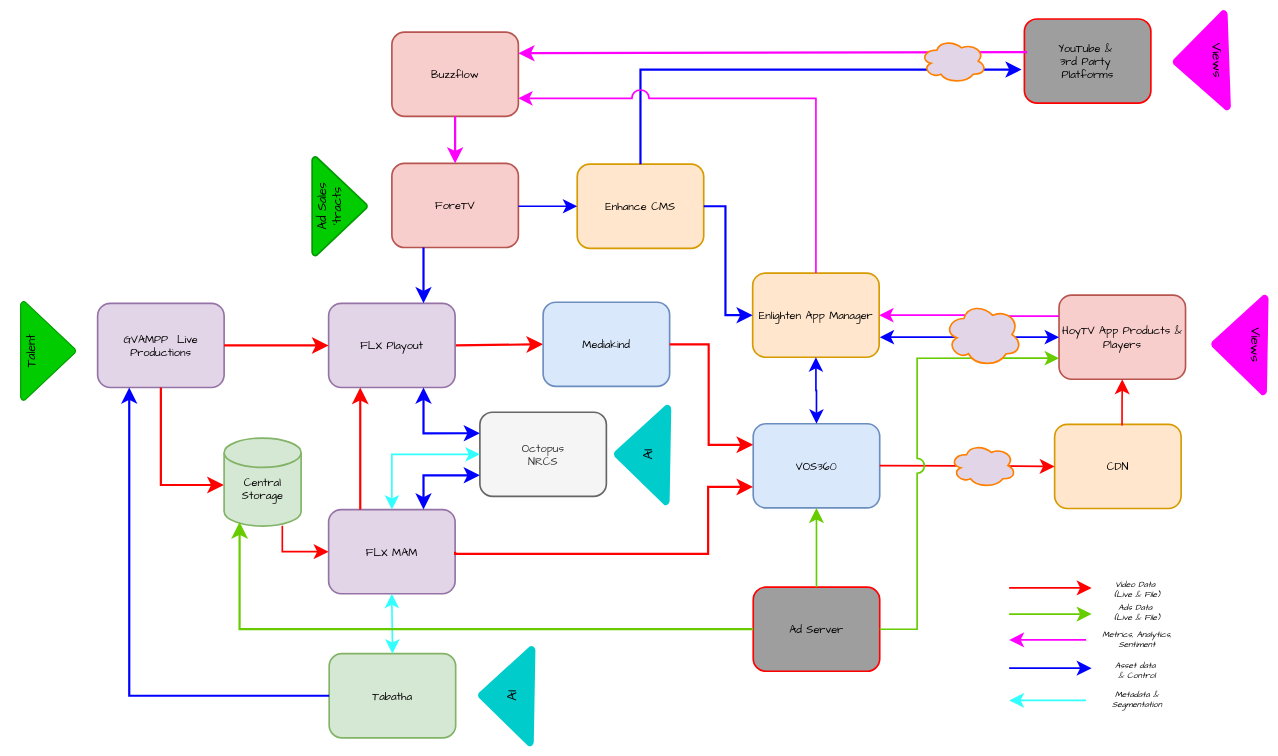
Above: imw135 - HoyTV Data Flow.drawio in zarniewoop/drawings (draw.io), before the change. Source tidied: cells renumbered, new cells numbered last; positions are measured from the earlier drawing's top-left corner, leaving out a move shared by most shapes. Both pictures are drawn from the tidied source at 55%, with x=0, y=0 at pixel (-2, 19).
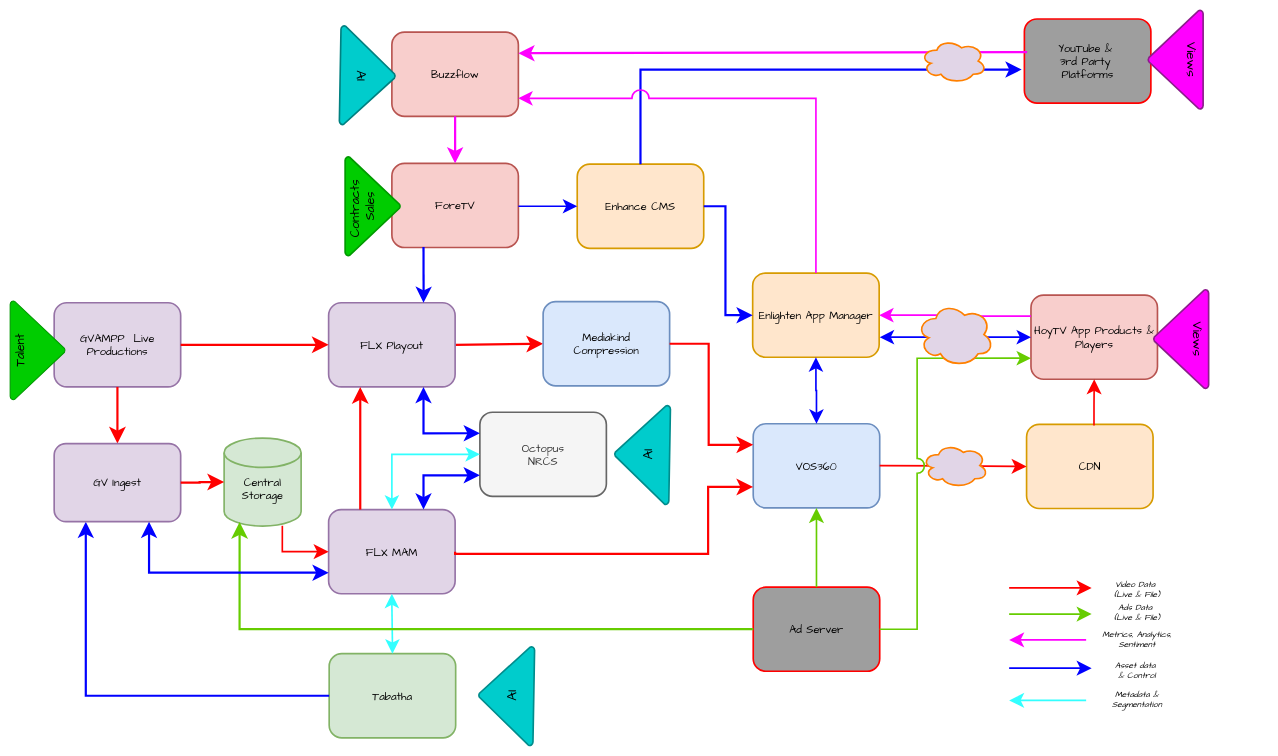
The same page after the edit.

Unchanged cells that the change refers to:
```xml
<mxCell id="2" value="ForeTV" style="rounded=1;whiteSpace=wrap;html=1;fontSize=20;fillColor=#f8cecc;strokeColor=#b85450;strokeWidth=3;fontFamily=Comic Sans MS;" parent="1" vertex="1">
  <mxGeometry x="715" y="262.5" width="230" height="153" as="geometry" />
</mxCell>
<mxCell id="8" value="FLX MAM" style="rounded=1;whiteSpace=wrap;html=1;fontSize=20;fillColor=#e1d5e7;strokeColor=#9673a6;strokeWidth=3;fontFamily=Comic Sans MS;" parent="1" vertex="1">
  <mxGeometry x="600" y="892" width="230" height="153" as="geometry" />
</mxCell>
<mxCell id="20" value="&lt;div&gt;&lt;br&gt;&lt;/div&gt;Central Storage" style="strokeWidth=3;html=1;shape=mxgraph.flowchart.database;whiteSpace=wrap;strokeColor=#82b366;fillColor=#d5e8d4;fontSize=20;fontFamily=Comic Sans MS;" parent="1" vertex="1">
  <mxGeometry x="410" y="762" width="140" height="160" as="geometry" />
</mxCell>
<mxCell id="22" value="Tabatha" style="rounded=1;whiteSpace=wrap;html=1;fontSize=20;fillColor=#d5e8d4;strokeColor=#82b366;strokeWidth=3;fontFamily=Comic Sans MS;" parent="1" vertex="1">
  <mxGeometry x="601" y="1154" width="230" height="153" as="geometry" />
</mxCell>
<mxCell id="36" style="group;strokeWidth=3;" parent="1" vertex="1">
  <mxGeometry x="833" y="1180.5" width="180" height="100" as="geometry" />
</mxCell>
<mxCell id="71" style="group;strokeWidth=3;" parent="1" vertex="1">
  <mxGeometry x="1080" y="742" width="180" height="100" as="geometry" />
</mxCell>
```

Change to the diagram source:
```diff
@@
     <mxCell id="5" value="HoyTV App Products &amp;amp; Players" style="rounded=1;whiteSpace=wrap;html=1;fontSize=20;fillColor=#f8cecc;strokeColor=#b85450;strokeWidth=3;fontFamily=Comic Sans MS;" parent="1" vertex="1">
-      <mxGeometry x="1928" y="502" width="230" height="153" as="geometry" />
+      <mxGeometry x="1877" y="502" width="230" height="153" as="geometry" />
     </mxCell>
@@
-    <mxCell id="7" style="edgeStyle=orthogonalEdgeStyle;rounded=0;jettySize=auto;html=1;entryX=0;entryY=0.5;entryDx=0;entryDy=0;exitX=1;exitY=0.5;exitDx=0;exitDy=0;startArrow=classic;startFill=1;startSize=17;endSize=17;fillColor=light-dark(#0000CC,#0000CC);strokeColor=light-dark(#0000FF,#0000FF);fontSize=20;flowAnimation=0;strokeWidth=3;" parent="1" edge="1" target="5">
+    <mxCell id="7" style="rounded=0;jettySize=auto;html=1;exitX=1;exitY=0.5;exitDx=0;exitDy=0;startArrow=classic;startFill=1;startSize=17;endSize=17;fillColor=light-dark(#0000CC,#0000CC);strokeColor=light-dark(#0000FF,#0000FF);fontSize=20;flowAnimation=0;strokeWidth=3;entryX=0;entryY=0.5;entryDx=0;entryDy=0;" parent="1" edge="1" target="5">
       <mxGeometry relative="1" as="geometry">
         <mxPoint x="1602" y="578.5" as="sourcePoint" />
-        <Array as="points">
-          <mxPoint x="1929" y="578.5" />
-        </Array>
       </mxGeometry>
     </mxCell>
@@
     <mxCell id="10" value="FLX Playout" style="rounded=1;whiteSpace=wrap;html=1;fontSize=20;fillColor=#e1d5e7;strokeColor=#9673a6;strokeWidth=3;fontFamily=Comic Sans MS;" parent="1" vertex="1">
-      <mxGeometry x="600" y="517" width="230" height="153" as="geometry" />
+      <mxGeometry x="600" y="516" width="230" height="153" as="geometry" />
     </mxCell>
@@
     <mxCell id="14" value="CDN" style="rounded=1;whiteSpace=wrap;html=1;fontSize=20;fillColor=#ffe6cc;strokeColor=#d79b00;strokeWidth=3;fontFamily=Comic Sans MS;" parent="1" vertex="1">
-      <mxGeometry x="1920" y="737" width="230" height="153" as="geometry" />
+      <mxGeometry x="1869" y="737" width="230" height="153" as="geometry" />
     </mxCell>
@@
-    <mxCell id="19" style="edgeStyle=orthogonalEdgeStyle;rounded=0;jettySize=auto;html=1;fontFamily=Comic Sans MS;fillColor=light-dark(#0000CC,#0000CC);strokeColor=light-dark(#0000FF,#0000FF);endSize=17;exitX=0.25;exitY=1;exitDx=0;exitDy=0;fontSize=20;jumpStyle=sharp;jumpSize=9;flowAnimation=0;strokeWidth=4;entryX=0.75;entryY=0;entryDx=0;entryDy=0;" parent="1" edge="1" source="2" target="10">
-      <mxGeometry relative="1" as="geometry" />
+    <mxCell id="19" style="edgeStyle=orthogonalEdgeStyle;rounded=0;jettySize=auto;html=1;fontFamily=Comic Sans MS;fillColor=light-dark(#0000CC,#0000CC);strokeColor=light-dark(#0000FF,#0000FF);endSize=17;exitX=0.25;exitY=1;exitDx=0;exitDy=0;fontSize=20;jumpStyle=sharp;jumpSize=9;flowAnimation=0;strokeWidth=4;entryX=0.75;entryY=0;entryDx=0;entryDy=0;" parent="1" edge="1" target="10">
+      <mxGeometry relative="1" as="geometry">
+        <mxPoint x="772.5" y="414.5" as="sourcePoint" />
+      </mxGeometry>
     </mxCell>
@@
-    <mxCell id="25" value="Ad Sales&lt;div&gt;'tracts&lt;/div&gt;" style="strokeWidth=3;html=1;shape=mxgraph.flowchart.merge_or_storage;whiteSpace=wrap;fillColor=light-dark(#00CC00,#00CC00);strokeColor=#009900;fontSize=22;fontFamily=Comic Sans MS;verticalAlign=top;rotation=-90;" parent="1" vertex="1">
-      <mxGeometry x="530" y="290.5" width="180" height="100" as="geometry" />
+    <mxCell id="25" value="Contracts&amp;nbsp;&lt;div&gt;Sales&lt;/div&gt;" style="strokeWidth=3;html=1;shape=mxgraph.flowchart.merge_or_storage;whiteSpace=wrap;fillColor=light-dark(#00CC00,#00CC00);strokeColor=#009900;fontSize=22;fontFamily=Comic Sans MS;verticalAlign=top;rotation=-90;" parent="1" vertex="1">
+      <mxGeometry x="590" y="290.5" width="180" height="100" as="geometry" />
     </mxCell>
     <mxCell id="26" value="GVAMPP &amp;nbsp;Live&lt;div&gt;Productions&lt;/div&gt;" style="rounded=1;whiteSpace=wrap;html=1;fontSize=20;fillColor=#e1d5e7;strokeColor=#9673a6;strokeWidth=3;fontFamily=Comic Sans MS;" parent="1" vertex="1">
-      <mxGeometry x="180" y="517" width="230" height="153" as="geometry" />
+      <mxGeometry x="101" y="516" width="230" height="153" as="geometry" />
     </mxCell>
@@
-    <mxCell id="28" style="edgeStyle=orthogonalEdgeStyle;rounded=0;jettySize=auto;html=1;fontFamily=Comic Sans MS;fillColor=light-dark(#0000CC,#0000CC);strokeColor=light-dark(#0000FF,#0000FF);endSize=17;exitX=0;exitY=0.5;exitDx=0;exitDy=0;fontSize=20;entryX=0.25;entryY=1;entryDx=0;entryDy=0;flowAnimation=0;strokeWidth=4;" parent="1" edge="1" source="22" target="26">
+    <mxCell id="28" style="edgeStyle=orthogonalEdgeStyle;rounded=0;jettySize=auto;html=1;fontFamily=Comic Sans MS;fillColor=light-dark(#0000CC,#0000CC);strokeColor=light-dark(#0000FF,#0000FF);endSize=17;exitX=0;exitY=0.5;exitDx=0;exitDy=0;fontSize=20;entryX=0.25;entryY=1;entryDx=0;entryDy=0;flowAnimation=0;strokeWidth=4;" parent="1" edge="1" source="22" target="75">
       <mxGeometry relative="1" as="geometry" />
     </mxCell>
     <mxCell id="29" value="Talent" style="strokeWidth=2;html=1;shape=mxgraph.flowchart.merge_or_storage;whiteSpace=wrap;fillColor=light-dark(#00CC00,#00CC00);strokeColor=#009900;fontSize=22;fontFamily=Comic Sans MS;verticalAlign=top;rotation=-90;" parent="1" vertex="1">
-      <mxGeometry y="553.5" width="180" height="100" as="geometry" />
+      <mxGeometry x="-19" y="552.5" width="180" height="100" as="geometry" />
     </mxCell>
@@
-    <mxCell id="31" value="Views" style="strokeWidth=3;html=1;shape=mxgraph.flowchart.merge_or_storage;whiteSpace=wrap;fillColor=light-dark(#FF00FF,#FF00FF);strokeColor=light-dark(#FF00FF,#FF00FF);fontSize=24;fontFamily=Comic Sans MS;verticalAlign=top;rotation=88;" parent="1" vertex="1">
-      <mxGeometry x="2096" y="26.5" width="180" height="100" as="geometry" />
+    <mxCell id="31" value="Views" style="strokeWidth=3;html=1;shape=mxgraph.flowchart.merge_or_storage;whiteSpace=wrap;fillColor=light-dark(#FF00FF,#FF00FF);strokeColor=light-dark(#8C1D8C,#FF00FF);fontSize=24;fontFamily=Comic Sans MS;verticalAlign=top;rotation=90;" parent="1" vertex="1">
+      <mxGeometry x="2050" y="24" width="180" height="100" as="geometry" />
     </mxCell>
-    <mxCell id="32" value="Views" style="strokeWidth=3;html=1;shape=mxgraph.flowchart.merge_or_storage;whiteSpace=wrap;fillColor=light-dark(#FF00FF,#FF00FF);strokeColor=light-dark(#FF00FF,#FF00FF);fontSize=24;fontFamily=Comic Sans MS;verticalAlign=top;rotation=91;" parent="1" vertex="1">
-      <mxGeometry x="2166" y="542" width="180" height="100" as="geometry" />
+    <mxCell id="32" value="Views" style="strokeWidth=3;html=1;shape=mxgraph.flowchart.merge_or_storage;whiteSpace=wrap;fillColor=light-dark(#FF00FF,#FF00FF);strokeColor=light-dark(#8C1D8C,#FF00FF);fontSize=24;fontFamily=Comic Sans MS;verticalAlign=top;rotation=90;" parent="1" vertex="1">
+      <mxGeometry x="2060" y="532" width="180" height="100" as="geometry" />
     </mxCell>
@@
-    <mxCell id="37" style="strokeWidth=3;html=1;shape=mxgraph.flowchart.merge_or_storage;whiteSpace=wrap;fillColor=light-dark(#00CCCC,#00CCCC);strokeColor=light-dark(#00CCCC,#00CCCC);fontSize=24;fontFamily=Comic Sans MS;verticalAlign=top;rotation=91;textDirection=ltr;" parent="36" vertex="1">
+    <mxCell id="37" style="strokeWidth=3;html=1;shape=mxgraph.flowchart.merge_or_storage;whiteSpace=wrap;fillColor=light-dark(#00CCCC,#00CCCC);strokeColor=light-dark(#008C8C,#00CCCC);fontSize=24;fontFamily=Comic Sans MS;verticalAlign=top;rotation=91;textDirection=ltr;" parent="36" vertex="1">
       <mxGeometry width="180" height="100" as="geometry" />
     </mxCell>
@@
     <mxCell id="43" style="group;strokeWidth=3;" parent="1" vertex="1">
-      <mxGeometry x="1730" y="772" width="120" height="80" as="geometry" />
+      <mxGeometry x="1679" y="772" width="120" height="80" as="geometry" />
     </mxCell>
@@
     <mxCell id="46" style="group;strokeWidth=3;" parent="1" vertex="1">
-      <mxGeometry x="1720" y="515.5" width="140" height="116.5" as="geometry" />
+      <mxGeometry x="1669" y="515.5" width="140" height="116.5" as="geometry" />
     </mxCell>
@@
-    <mxCell id="52" style="rounded=0;jettySize=auto;html=1;startArrow=none;startFill=0;startSize=18;endSize=18;strokeColor=light-dark(#FF0000,#FF0000);exitX=0.5;exitY=1;exitDx=0;exitDy=0;fontSize=20;entryX=-0.003;entryY=0.533;entryDx=0;entryDy=0;edgeStyle=orthogonalEdgeStyle;entryPerimeter=0;flowAnimation=0;strokeWidth=4;" parent="1" edge="1" source="26" target="20">
+    <mxCell id="52" style="rounded=0;jettySize=auto;html=1;startArrow=none;startFill=0;startSize=18;endSize=18;strokeColor=light-dark(#FF0000,#FF0000);exitX=0.5;exitY=1;exitDx=0;exitDy=0;fontSize=20;entryX=0.5;entryY=0;entryDx=0;entryDy=0;edgeStyle=orthogonalEdgeStyle;flowAnimation=0;strokeWidth=4;" parent="1" edge="1" source="26" target="75">
       <mxGeometry relative="1" as="geometry" />
     </mxCell>
@@
-    <mxCell id="67" value="Mediakind" style="rounded=1;whiteSpace=wrap;html=1;fontSize=20;fillColor=#dae8fc;strokeColor=#6c8ebf;strokeWidth=3;fontFamily=Comic Sans MS;" parent="1" vertex="1">
-      <mxGeometry x="990" y="515" width="230" height="153" as="geometry" />
+    <mxCell id="67" value="Mediakind&lt;div&gt;Compression&lt;/div&gt;" style="rounded=1;whiteSpace=wrap;html=1;fontSize=20;fillColor=#dae8fc;strokeColor=#6c8ebf;strokeWidth=3;fontFamily=Comic Sans MS;" parent="1" vertex="1">
+      <mxGeometry x="990" y="514" width="230" height="153" as="geometry" />
     </mxCell>
@@
-    <mxCell id="72" style="strokeWidth=3;html=1;shape=mxgraph.flowchart.merge_or_storage;whiteSpace=wrap;fillColor=light-dark(#00CCCC,#00CCCC);strokeColor=light-dark(#00CCCC,#00CCCC);fontSize=24;fontFamily=Comic Sans MS;verticalAlign=top;rotation=91;textDirection=ltr;" parent="71" vertex="1">
+    <mxCell id="72" style="strokeWidth=3;html=1;shape=mxgraph.flowchart.merge_or_storage;whiteSpace=wrap;fillColor=light-dark(#00CCCC,#00CCCC);strokeColor=light-dark(#008C8C,#00CCCC);fontSize=24;fontFamily=Comic Sans MS;verticalAlign=top;rotation=91;textDirection=ltr;" parent="71" vertex="1">
       <mxGeometry width="180" height="100" as="geometry" />
     </mxCell>
@@
+    <mxCell id="75" value="GV Ingest" style="rounded=1;whiteSpace=wrap;html=1;fontSize=20;fillColor=#e1d5e7;strokeColor=#9673a6;strokeWidth=3;fontFamily=Comic Sans MS;" parent="1" vertex="1">
+      <mxGeometry x="101" y="772" width="230" height="142" as="geometry" />
+    </mxCell>
+    <mxCell id="76" style="rounded=0;jettySize=auto;html=1;fontFamily=Comic Sans MS;fillColor=light-dark(#0000CC,#0000CC);strokeColor=light-dark(#0000FF,#0000FF);endSize=17;exitX=0.75;exitY=1;exitDx=0;exitDy=0;fontSize=20;entryX=0;entryY=0.75;entryDx=0;entryDy=0;flowAnimation=0;strokeWidth=4;startArrow=classic;startFill=1;startSize=17;edgeStyle=orthogonalEdgeStyle;" parent="1" edge="1" source="75" target="8">
+      <mxGeometry relative="1" as="geometry" />
+    </mxCell>
+    <mxCell id="77" style="rounded=0;jettySize=auto;html=1;startArrow=none;startFill=0;startSize=18;endSize=18;strokeColor=light-dark(#FF0000,#FF0000);exitX=1;exitY=0.5;exitDx=0;exitDy=0;fontSize=20;edgeStyle=orthogonalEdgeStyle;flowAnimation=0;strokeWidth=4;" parent="1" edge="1" source="75" target="20">
+      <mxGeometry relative="1" as="geometry" />
+    </mxCell>
+    <mxCell id="78" style="group;strokeWidth=3;rotation=-180;" parent="1" vertex="1">
+      <mxGeometry x="581" y="53" width="180" height="100" as="geometry" />
+    </mxCell>
+    <mxCell id="79" style="strokeWidth=3;html=1;shape=mxgraph.flowchart.merge_or_storage;whiteSpace=wrap;fillColor=light-dark(#00CCCC,#00CCCC);strokeColor=light-dark(#008080,#00CCCC);fontSize=24;fontFamily=Comic Sans MS;verticalAlign=top;rotation=-89;textDirection=ltr;" parent="78" vertex="1">
+      <mxGeometry width="180" height="100" as="geometry" />
+    </mxCell>
+    <mxCell id="80" value="AI" style="text;html=1;whiteSpace=wrap;strokeColor=none;fillColor=none;align=center;verticalAlign=middle;rounded=0;fontFamily=Comic Sans MS;fontSize=25;rotation=-270;strokeWidth=3;" parent="78" vertex="1">
+      <mxGeometry x="20" y="22" width="120" height="57" as="geometry" />
+    </mxCell>
```
